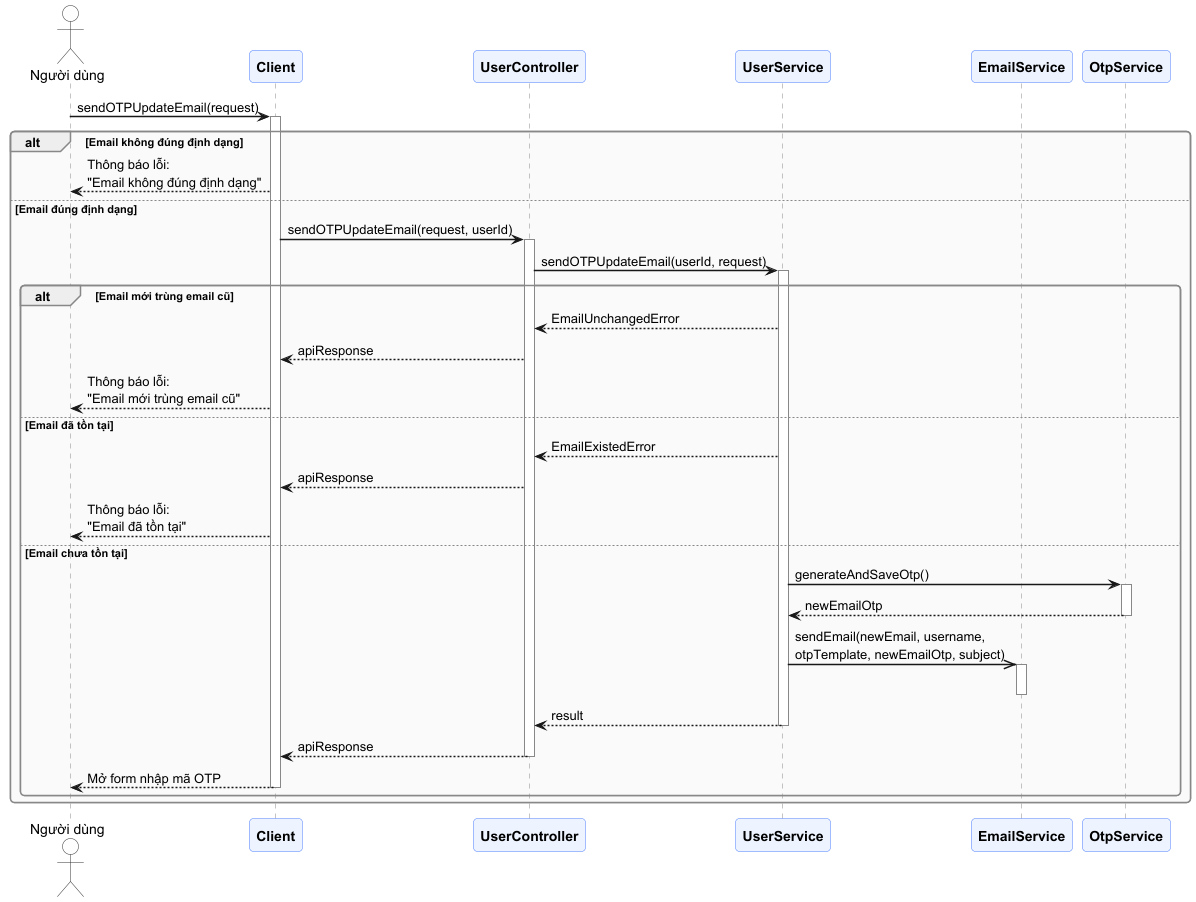
Before: docs/diagrams/sequence-diagram/Update_Email_Sequence_sendOTPUpdateEmail.png, a diagram exported from PlantUML (trantrieuduong/Elingo-Language-Learning-System).
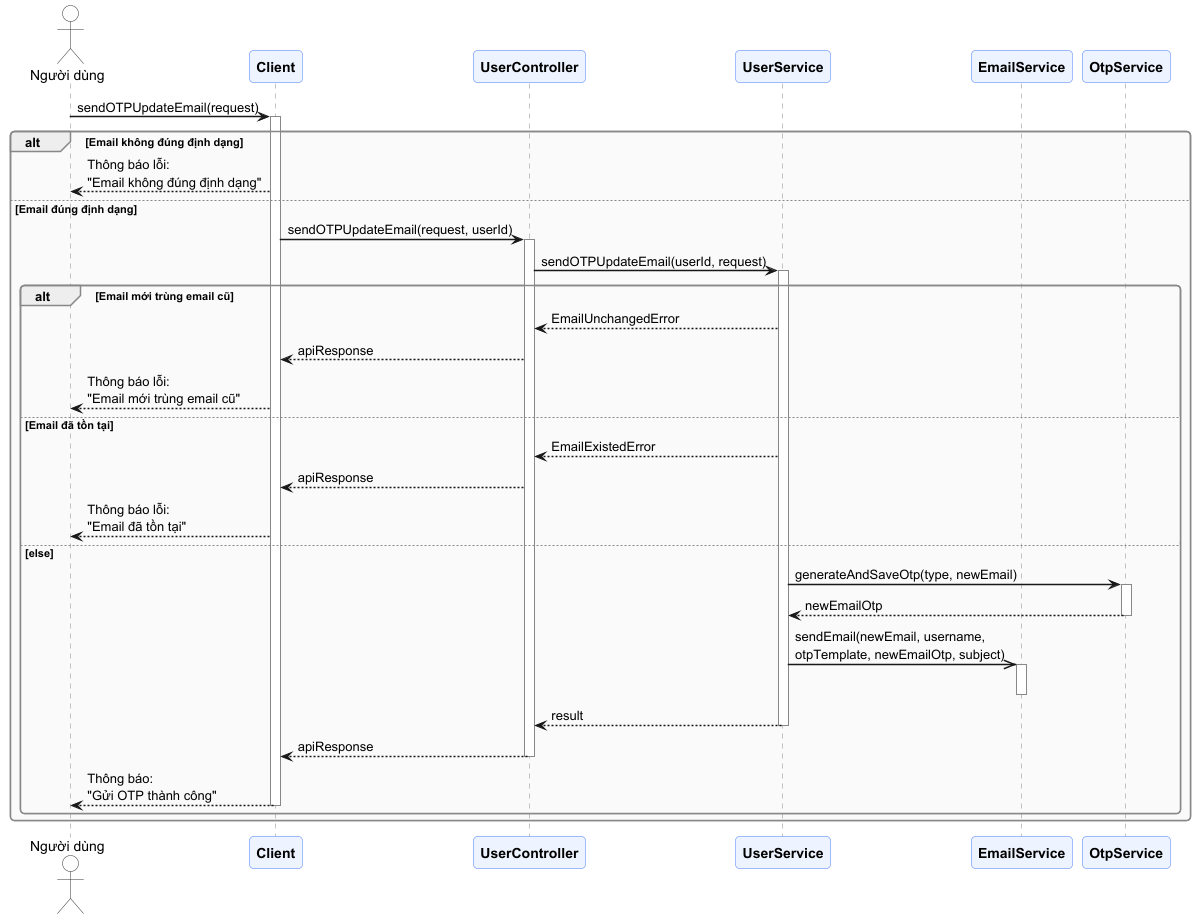
Later version of the same file.

Commit message:
docs(user): refine text and conditions in update email diagrams

The edit, as a diff of the source:
```diff
@@ -48,8 +48,8 @@
         service --> controller : EmailExistedError
         controller --> client : apiResponse
         client --> User : Thông báo lỗi:\n"Email đã tồn tại"
-    else Email chưa tồn tại
-        service -> otpService : generateAndSaveOtp()
+    else else
+        service -> otpService : generateAndSaveOtp(type, newEmail)
         activate otpService
 
         otpService --> service : newEmailOtp
@@ -64,7 +64,7 @@
         controller --> client : apiResponse
         deactivate controller
 
-        client --> User : Mở form nhập mã OTP
+        client --> User : Thông báo:\n"Gửi OTP thành công"
         deactivate client
     end
 end
```
